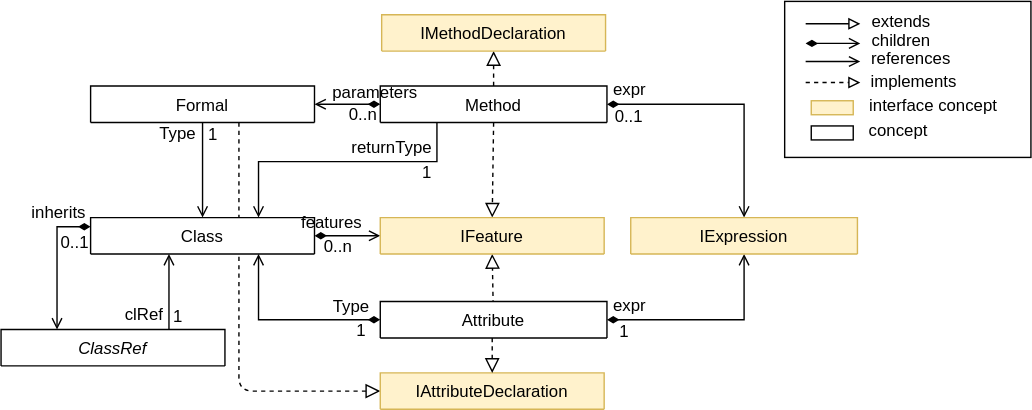
The draw.io diagram Documentation/structure_1-v2.svg in uiano/COOL-MPS, before a commit. Source tidied: cells renumbered, new cells last; positions are measured from the earlier drawing's top-left corner, leaving out a move shared by most shapes.
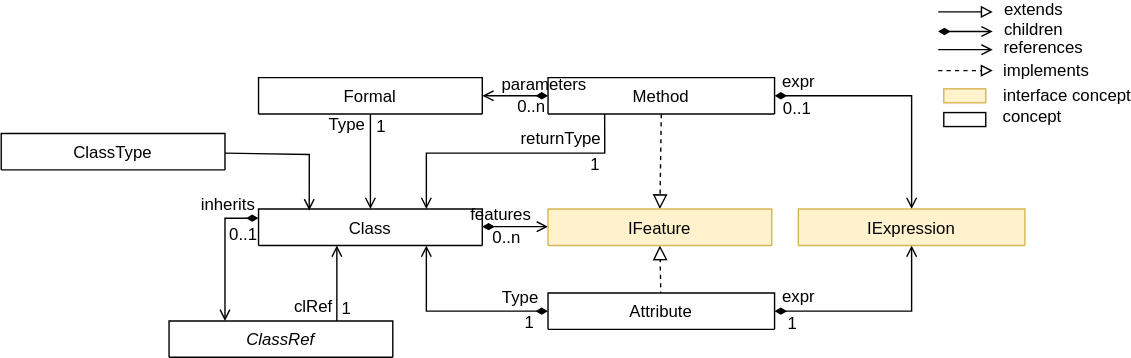
After the change.

Commit message:
Modify class diagram and update todo-list.

Change to the diagram source:
```diff
@@ -2,15 +2,6 @@
   <root>
     <mxCell id="0" />
     <mxCell id="1" parent="0" />
-    <mxCell id="2" style="html=1;verticalAlign=bottom;endArrow=block;dashed=1;endSize=8;entryX=0;entryY=0.5;entryDx=0;entryDy=0;endFill=0;" parent="1" edge="1" target="39">
-      <mxGeometry relative="1" as="geometry">
-        <mxPoint x="170" y="86" as="sourcePoint" />
-        <Array as="points">
-          <mxPoint x="170" y="278" />
-          <mxPoint x="220" y="278" />
-        </Array>
-      </mxGeometry>
-    </mxCell>
     <mxCell id="3" value="Class" style="swimlane;fontStyle=0;align=center;verticalAlign=top;horizontal=1;startSize=26;rounded=0;shadow=0;strokeWidth=1;" parent="1" vertex="1" collapsed="1">
       <mxGeometry x="64" y="154" width="160" height="26" as="geometry" />
     </mxCell>
@@ -175,82 +166,78 @@
         <mxPoint x="-10" y="-2" as="offset" />
       </mxGeometry>
     </mxCell>
-    <mxCell id="39" value="IAttributeDeclaration" style="swimlane;fontStyle=0;align=center;verticalAlign=top;horizontal=1;startSize=26;rounded=0;shadow=0;strokeWidth=1;fillColor=#fff2cc;strokeColor=#d6b656;" parent="1" vertex="1" collapsed="1">
-      <mxGeometry x="271" y="265" width="160" height="26" as="geometry" />
-    </mxCell>
-    <mxCell id="40" style="html=1;verticalAlign=bottom;endArrow=block;dashed=1;endSize=8;entryX=0.5;entryY=0;entryDx=0;entryDy=0;endFill=0;" parent="1" edge="1" target="39">
-      <mxGeometry relative="1" as="geometry">
-        <mxPoint x="351" y="240" as="sourcePoint" />
-      </mxGeometry>
-    </mxCell>
-    <mxCell id="41" style="html=1;verticalAlign=bottom;endArrow=block;dashed=1;endSize=8;endFill=0;entryX=0.5;entryY=1;entryDx=0;entryDy=0;exitX=0.5;exitY=0;exitDx=0;exitDy=0;" parent="1" edge="1" source="35" target="42">
-      <mxGeometry relative="1" as="geometry" />
-    </mxCell>
-    <mxCell id="42" value="IMethodDeclaration" style="swimlane;fontStyle=0;align=center;verticalAlign=top;horizontal=1;startSize=26;rounded=0;shadow=0;strokeWidth=1;fillColor=#fff2cc;strokeColor=#d6b656;" parent="1" vertex="1" collapsed="1">
-      <mxGeometry x="272" y="9" width="160" height="26" as="geometry" />
-    </mxCell>
-    <mxCell id="43" style="rounded=0;whiteSpace=wrap;html=1;" parent="1" vertex="1">
-      <mxGeometry x="560" y="-0.5" width="176" height="111.5" as="geometry" />
-    </mxCell>
-    <mxCell id="44" style="edgeStyle=orthogonalEdgeStyle;rounded=0;orthogonalLoop=1;jettySize=auto;html=1;exitX=0.75;exitY=0;exitDx=0;exitDy=0;startArrow=diamondThin;startFill=1;endArrow=open;endFill=0;strokeColor=#000000;" parent="1" edge="1">
-      <mxGeometry relative="1" as="geometry">
-        <mxPoint x="575" y="29.5" as="sourcePoint" />
-        <mxPoint x="614" y="29.5" as="targetPoint" />
-      </mxGeometry>
-    </mxCell>
+    <mxCell id="56" style="edgeStyle=orthogonalEdgeStyle;rounded=0;orthogonalLoop=1;jettySize=auto;html=1;exitX=0.75;exitY=0;exitDx=0;exitDy=0;startArrow=diamondThin;startFill=1;endArrow=open;endFill=0;strokeColor=#000000;" parent="1" edge="1">
+      <mxGeometry relative="1" as="geometry">
+        <mxPoint x="550" y="27" as="sourcePoint" />
+        <mxPoint x="589" y="27" as="targetPoint" />
+      </mxGeometry>
+    </mxCell>
     <mxCell id="45" value="children" style="text;html=1;align=center;verticalAlign=middle;labelBackgroundColor=none;rounded=0;shadow=0;strokeWidth=1;fontSize=12;" parent="1" vertex="1">
-      <mxGeometry x="652" y="29.5" as="geometry">
+      <mxGeometry x="627" y="27" as="geometry">
         <mxPoint x="-10" y="-2" as="offset" />
       </mxGeometry>
     </mxCell>
-    <mxCell id="46" style="edgeStyle=orthogonalEdgeStyle;rounded=0;orthogonalLoop=1;jettySize=auto;html=1;exitX=0.75;exitY=0;exitDx=0;exitDy=0;startArrow=none;startFill=0;endArrow=open;endFill=0;strokeColor=#000000;" parent="1" edge="1">
-      <mxGeometry relative="1" as="geometry">
-        <mxPoint x="575" y="42.5" as="sourcePoint" />
-        <mxPoint x="614" y="42.5" as="targetPoint" />
-      </mxGeometry>
-    </mxCell>
+    <mxCell id="57" style="edgeStyle=orthogonalEdgeStyle;rounded=0;orthogonalLoop=1;jettySize=auto;html=1;exitX=0.75;exitY=0;exitDx=0;exitDy=0;startArrow=none;startFill=0;endArrow=open;endFill=0;strokeColor=#000000;" parent="1" edge="1">
+      <mxGeometry relative="1" as="geometry">
+        <mxPoint x="550" y="40" as="sourcePoint" />
+        <mxPoint x="589" y="40" as="targetPoint" />
+      </mxGeometry>
+    </mxCell>
     <mxCell id="47" value="references" style="text;html=1;align=center;verticalAlign=middle;labelBackgroundColor=none;rounded=0;shadow=0;strokeWidth=1;fontSize=12;" parent="1" vertex="1">
-      <mxGeometry x="659" y="42.5" as="geometry">
+      <mxGeometry x="634" y="40" as="geometry">
         <mxPoint x="-10" y="-2" as="offset" />
       </mxGeometry>
     </mxCell>
-    <mxCell id="48" style="edgeStyle=orthogonalEdgeStyle;rounded=0;orthogonalLoop=1;jettySize=auto;html=1;exitX=0.75;exitY=0;exitDx=0;exitDy=0;startArrow=none;startFill=0;endArrow=block;endFill=0;strokeColor=#000000;" parent="1" edge="1">
-      <mxGeometry relative="1" as="geometry">
-        <mxPoint x="575" y="15.5" as="sourcePoint" />
-        <mxPoint x="614" y="15.5" as="targetPoint" />
-      </mxGeometry>
-    </mxCell>
+    <mxCell id="58" style="edgeStyle=orthogonalEdgeStyle;rounded=0;orthogonalLoop=1;jettySize=auto;html=1;exitX=0.75;exitY=0;exitDx=0;exitDy=0;startArrow=none;startFill=0;endArrow=block;endFill=0;strokeColor=#000000;" parent="1" edge="1">
+      <mxGeometry relative="1" as="geometry">
+        <mxPoint x="550" y="13" as="sourcePoint" />
+        <mxPoint x="589" y="13" as="targetPoint" />
+      </mxGeometry>
+    </mxCell>
     <mxCell id="49" value="extends" style="text;html=1;align=center;verticalAlign=middle;labelBackgroundColor=none;rounded=0;shadow=0;strokeWidth=1;fontSize=12;" parent="1" vertex="1">
-      <mxGeometry x="652" y="15.5" as="geometry">
+      <mxGeometry x="627" y="13" as="geometry">
         <mxPoint x="-10" y="-2" as="offset" />
       </mxGeometry>
     </mxCell>
-    <mxCell id="50" style="edgeStyle=orthogonalEdgeStyle;rounded=0;orthogonalLoop=1;jettySize=auto;html=1;exitX=0.75;exitY=0;exitDx=0;exitDy=0;startArrow=none;startFill=0;endArrow=block;endFill=0;strokeColor=#000000;dashed=1;" parent="1" edge="1">
-      <mxGeometry relative="1" as="geometry">
-        <mxPoint x="575" y="57.5" as="sourcePoint" />
-        <mxPoint x="614" y="57.5" as="targetPoint" />
-      </mxGeometry>
-    </mxCell>
+    <mxCell id="59" style="edgeStyle=orthogonalEdgeStyle;rounded=0;orthogonalLoop=1;jettySize=auto;html=1;exitX=0.75;exitY=0;exitDx=0;exitDy=0;startArrow=none;startFill=0;endArrow=block;endFill=0;strokeColor=#000000;dashed=1;" parent="1" edge="1">
+      <mxGeometry relative="1" as="geometry">
+        <mxPoint x="550" y="55" as="sourcePoint" />
+        <mxPoint x="589" y="55" as="targetPoint" />
+      </mxGeometry>
+    </mxCell>
     <mxCell id="51" value="implements" style="text;html=1;align=center;verticalAlign=middle;labelBackgroundColor=none;rounded=0;shadow=0;strokeWidth=1;fontSize=12;" parent="1" vertex="1">
-      <mxGeometry x="661" y="58.5" as="geometry">
+      <mxGeometry x="636" y="56" as="geometry">
         <mxPoint x="-10" y="-2" as="offset" />
       </mxGeometry>
     </mxCell>
     <mxCell id="52" value="interface concept" style="text;html=1;align=center;verticalAlign=middle;labelBackgroundColor=none;rounded=0;shadow=0;strokeWidth=1;fontSize=12;" parent="1" vertex="1">
-      <mxGeometry x="676" y="75.5" as="geometry">
+      <mxGeometry x="651" y="74" as="geometry">
         <mxPoint x="-10" y="-2" as="offset" />
       </mxGeometry>
     </mxCell>
     <mxCell id="53" value="concept" style="text;html=1;align=center;verticalAlign=middle;labelBackgroundColor=none;rounded=0;shadow=0;strokeWidth=1;fontSize=12;" parent="1" vertex="1">
-      <mxGeometry x="680" y="91.5" as="geometry">
+      <mxGeometry x="655" y="87" as="geometry">
         <mxPoint x="-39" as="offset" />
       </mxGeometry>
     </mxCell>
-    <mxCell id="54" style="rounded=0;whiteSpace=wrap;html=1;fillColor=#fff2cc;strokeColor=#D6B656;" parent="1" vertex="1">
-      <mxGeometry x="579" y="70.5" width="30" height="10" as="geometry" />
-    </mxCell>
-    <mxCell id="55" style="rounded=0;whiteSpace=wrap;html=1;" parent="1" vertex="1">
-      <mxGeometry x="579" y="88.5" width="30" height="10" as="geometry" />
-    </mxCell>
+    <mxCell id="60" style="rounded=0;whiteSpace=wrap;html=1;fillColor=#fff2cc;strokeColor=#D6B656;" parent="1" vertex="1">
+      <mxGeometry x="554" y="68" width="30" height="10" as="geometry" />
+    </mxCell>
+    <mxCell id="61" style="rounded=0;whiteSpace=wrap;html=1;" parent="1" vertex="1">
+      <mxGeometry x="554" y="85" width="30" height="10" as="geometry" />
+    </mxCell>
+    <mxCell id="62" value="ClassType" style="swimlane;fontStyle=0;align=center;verticalAlign=top;horizontal=1;startSize=26;rounded=0;shadow=0;strokeWidth=1;" parent="1" vertex="1" collapsed="1">
+      <mxGeometry x="-120" y="100" width="160" height="26" as="geometry" />
+    </mxCell>
+    <mxCell id="63" style="edgeStyle=orthogonalEdgeStyle;rounded=0;orthogonalLoop=1;jettySize=auto;html=1;startArrow=none;startFill=0;endArrow=open;endFill=0;strokeColor=#000000;entryX=0.75;entryY=0;entryDx=0;entryDy=0;" parent="1" edge="1">
+      <mxGeometry relative="1" as="geometry">
+        <mxPoint x="40" y="114" as="sourcePoint" />
+        <mxPoint x="100.2" y="155" as="targetPoint" />
+        <Array as="points">
+          <mxPoint x="40" y="115" />
+          <mxPoint x="100" y="115" />
+        </Array>
+      </mxGeometry>
+    </mxCell>
   </root>
 </mxGraphModel>
```
